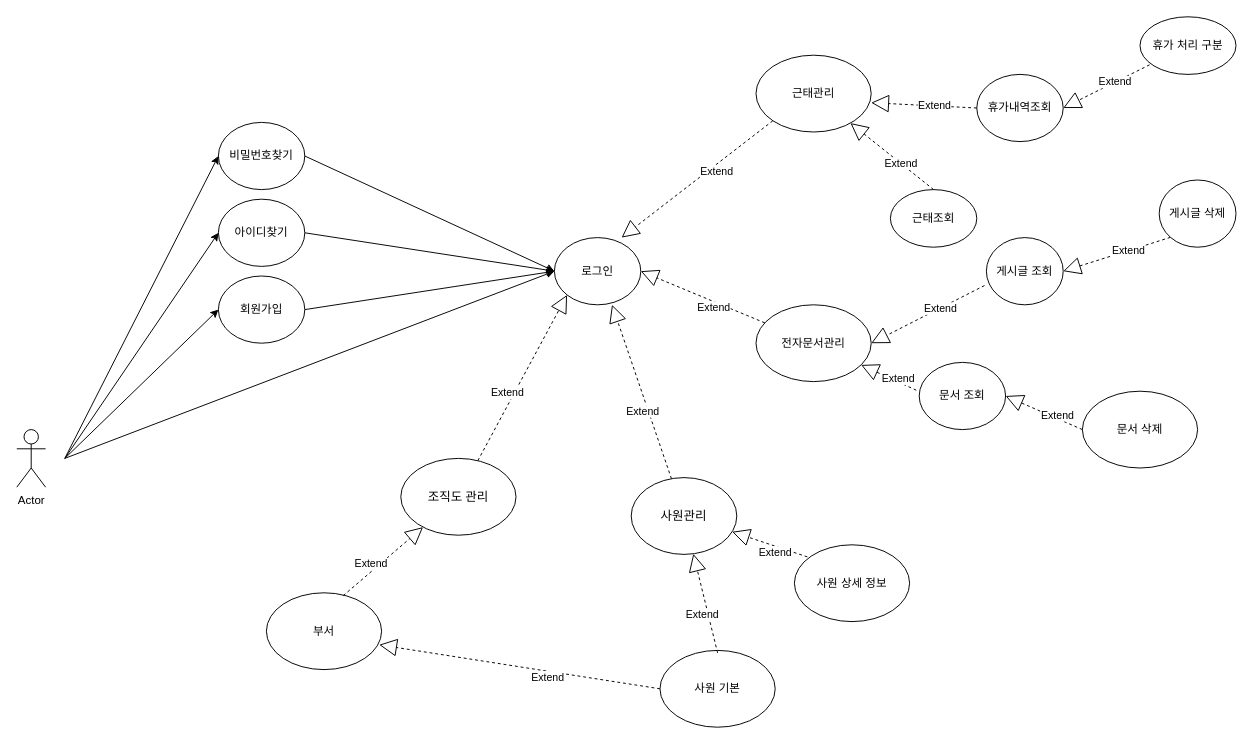
This is document/Document Manage Diagram.drawio from iamheonil/KHSemiProject, a draw.io file, before an edit. Source tidied: cells renumbered, new cells numbered last; positions are measured from the earlier drawing's top-left corner, leaving out a move shared by most shapes. Both pictures are drawn from the tidied source at 96%, with x=0, y=0 at pixel (16, 16).
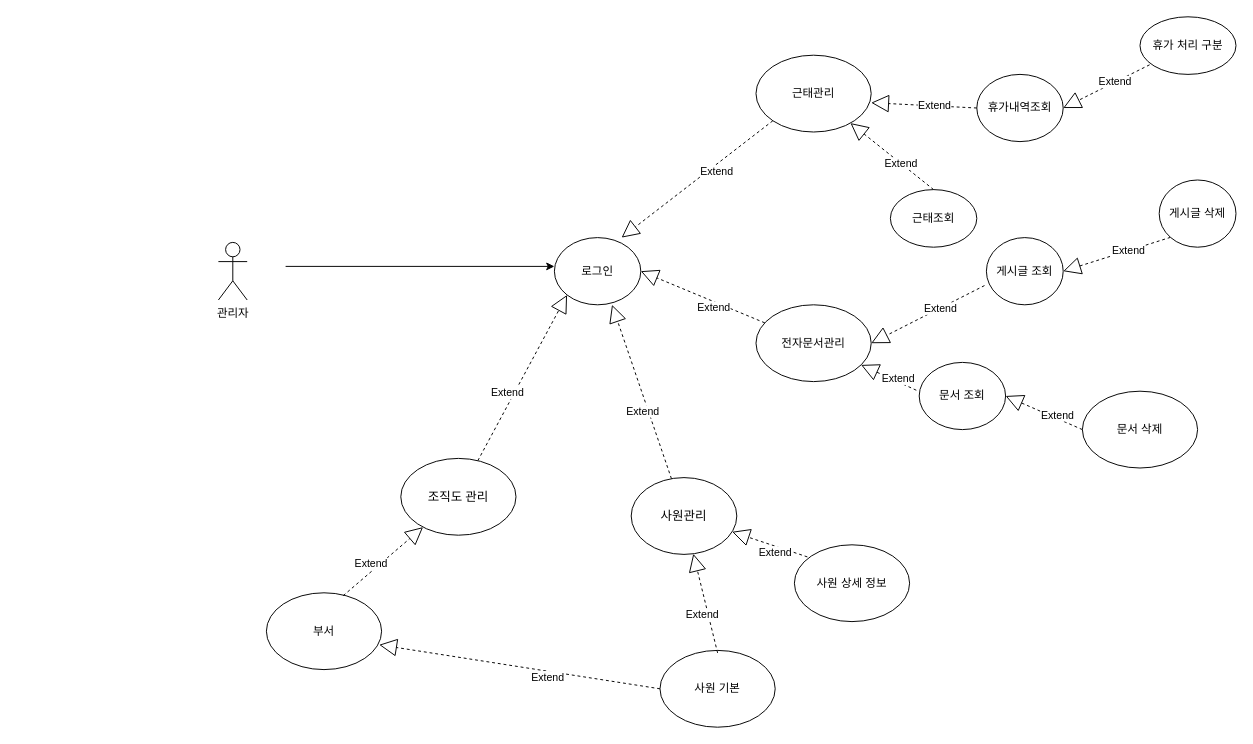
The same diagram, later.

The change refers to these unchanged cells:
```xml
<mxCell id="3" value="로그인" style="ellipse;whiteSpace=wrap;html=1;" parent="1" vertex="1">
  <mxGeometry x="560" y="230" width="90" height="70" as="geometry" />
</mxCell>
```

What changed in the source:
```diff
@@
-    <mxCell id="2" value="Actor" style="shape=umlActor;verticalLabelPosition=bottom;labelBackgroundColor=#ffffff;verticalAlign=top;html=1;" parent="1" vertex="1">
-      <mxGeometry y="430" width="30" height="60" as="geometry" />
+    <mxCell id="2" value="관리자" style="shape=umlActor;verticalLabelPosition=bottom;labelBackgroundColor=#ffffff;verticalAlign=top;html=1;" parent="1" vertex="1">
+      <mxGeometry x="210" y="235" width="30" height="60" as="geometry" />
     </mxCell>
@@
-    <mxCell id="4" style="endArrow=classic;html=1;entryX=0;entryY=0.5;entryDx=0;entryDy=0;exitX=1;exitY=0.3333333333333333;exitDx=0;exitDy=0;exitPerimeter=0;" parent="1" edge="1">
-      <mxGeometry relative="1" as="geometry">
-        <mxPoint x="50" y="460" as="sourcePoint" />
-        <mxPoint x="210" y="305" as="targetPoint" />
-      </mxGeometry>
-    </mxCell>
-    <mxCell id="5" style="endArrow=classic;html=1;entryX=0;entryY=0.5;entryDx=0;entryDy=0;exitX=1;exitY=0.3333333333333333;exitDx=0;exitDy=0;exitPerimeter=0;" parent="1" edge="1">
-      <mxGeometry relative="1" as="geometry">
-        <mxPoint x="50" y="460" as="sourcePoint" />
-        <mxPoint x="210" y="225" as="targetPoint" />
-      </mxGeometry>
-    </mxCell>
-    <mxCell id="6" style="endArrow=classic;html=1;entryX=0;entryY=0.5;entryDx=0;entryDy=0;exitX=1;exitY=0.5;exitDx=0;exitDy=0;" parent="1" edge="1" target="3">
-      <mxGeometry relative="1" as="geometry">
-        <mxPoint x="300" y="225" as="sourcePoint" />
-      </mxGeometry>
-    </mxCell>
-    <mxCell id="7" value="회원가입" style="ellipse;whiteSpace=wrap;html=1;" parent="1" vertex="1">
-      <mxGeometry x="210" y="270" width="90" height="70" as="geometry" />
-    </mxCell>
-    <mxCell id="8" value="아이디찾기" style="ellipse;whiteSpace=wrap;html=1;" parent="1" vertex="1">
-      <mxGeometry x="210" y="190" width="90" height="70" as="geometry" />
-    </mxCell>
-    <mxCell id="9" value="비밀번호찾기" style="ellipse;whiteSpace=wrap;html=1;" parent="1" vertex="1">
-      <mxGeometry x="210" y="110" width="90" height="70" as="geometry" />
-    </mxCell>
-    <mxCell id="10" style="endArrow=classic;html=1;exitX=1;exitY=0.3333333333333333;exitDx=0;exitDy=0;exitPerimeter=0;entryX=0;entryY=0.5;entryDx=0;entryDy=0;" parent="1" edge="1">
-      <mxGeometry relative="1" as="geometry">
-        <mxPoint x="50" y="460" as="sourcePoint" />
-        <mxPoint x="560" y="265" as="targetPoint" />
-      </mxGeometry>
-    </mxCell>
-    <mxCell id="11" style="endArrow=classic;html=1;exitX=1;exitY=0.5;exitDx=0;exitDy=0;entryX=0;entryY=0.5;entryDx=0;entryDy=0;" parent="1" edge="1" source="7">
-      <mxGeometry relative="1" as="geometry">
-        <mxPoint x="560" y="265" as="targetPoint" />
-      </mxGeometry>
-    </mxCell>
-    <mxCell id="12" style="endArrow=classic;html=1;entryX=0;entryY=0.5;entryDx=0;entryDy=0;exitX=1;exitY=0.3333333333333333;exitDx=0;exitDy=0;exitPerimeter=0;" parent="1" edge="1">
-      <mxGeometry relative="1" as="geometry">
-        <mxPoint x="50" y="460" as="sourcePoint" />
-        <mxPoint x="210" y="145" as="targetPoint" />
-      </mxGeometry>
-    </mxCell>
-    <mxCell id="13" style="endArrow=classic;html=1;entryX=0;entryY=0.5;entryDx=0;entryDy=0;exitX=1;exitY=0.5;exitDx=0;exitDy=0;" parent="1" edge="1">
-      <mxGeometry relative="1" as="geometry">
-        <mxPoint x="300" y="145" as="sourcePoint" />
-        <mxPoint x="560" y="265" as="targetPoint" />
-      </mxGeometry>
-    </mxCell>
@@
+    <mxCell id="43" style="endArrow=classic;html=1;entryX=0;entryY=0.5;entryDx=0;entryDy=0;" parent="1" edge="1">
+      <mxGeometry relative="1" as="geometry">
+        <mxPoint x="280" y="260" as="sourcePoint" />
+        <mxPoint x="560" y="260" as="targetPoint" />
+      </mxGeometry>
+    </mxCell>
```
